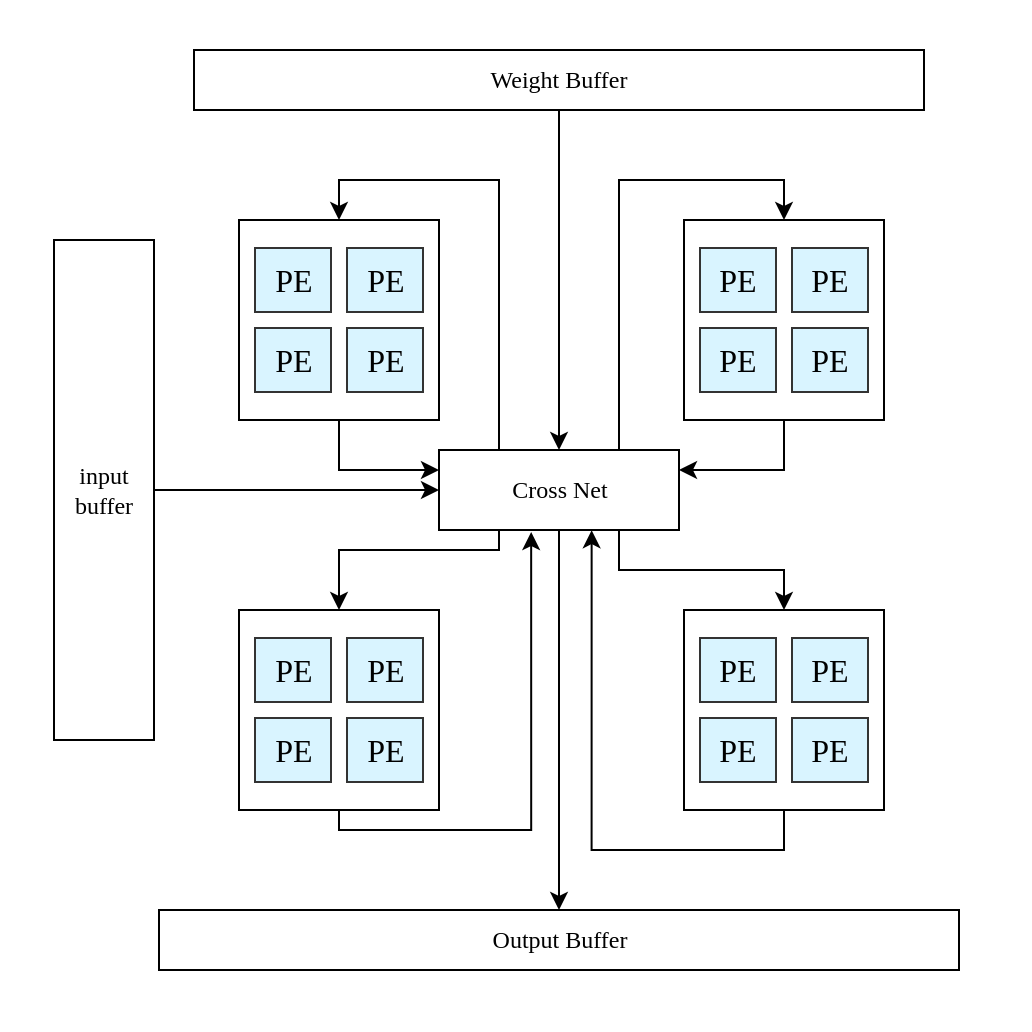
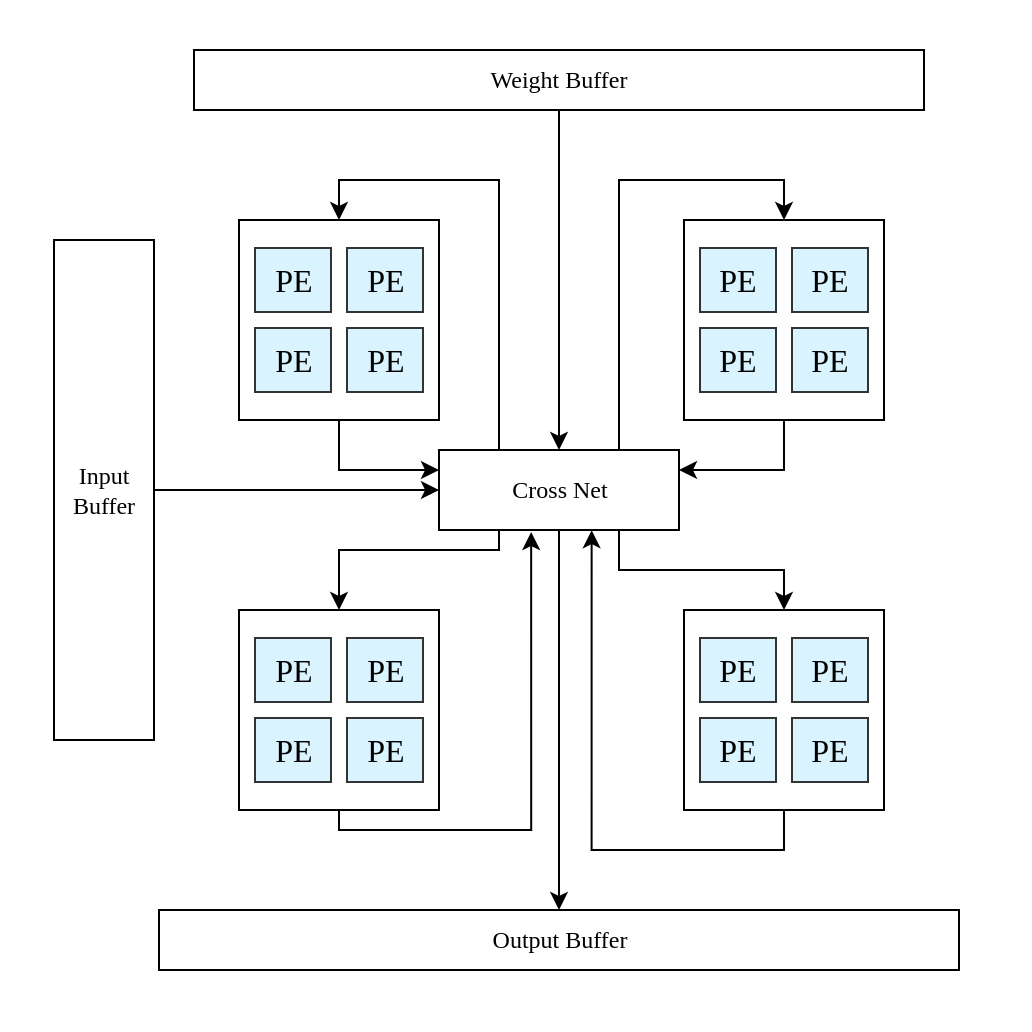
<mxfile host="app.diagrams.net">
  <diagram name="第 1 页" id="_HFZSgSbPxxRi5PtDGJk">
    <mxGraphModel dx="1407" dy="757" grid="1" gridSize="10" guides="1" tooltips="1" connect="1" arrows="1" fold="1" page="1" pageScale="1" pageWidth="827" pageHeight="1169" math="0" shadow="0">
      <root>
        <mxCell id="0" />
        <mxCell id="1" parent="0" />
        <mxCell id="C5uv6ifoiG0SLIn9MVDx-45" parent="1" style="whiteSpace=wrap;html=1;aspect=fixed;strokeColor=none;fontFamily=Times New Roman;" value="" vertex="1">
          <mxGeometry height="515" width="515" x="273" y="165" as="geometry" />
        </mxCell>
        <mxCell id="C5uv6ifoiG0SLIn9MVDx-1" connectable="0" parent="1" style="group;fontFamily=Times New Roman;" value="" vertex="1">
          <mxGeometry height="100" width="100" x="615" y="275" as="geometry" />
        </mxCell>
        <mxCell id="C5uv6ifoiG0SLIn9MVDx-2" parent="C5uv6ifoiG0SLIn9MVDx-1" style="whiteSpace=wrap;html=1;aspect=fixed;fontFamily=Times New Roman;" value="" vertex="1">
          <mxGeometry height="100" width="100" as="geometry" />
        </mxCell>
        <mxCell id="C5uv6ifoiG0SLIn9MVDx-3" connectable="0" parent="C5uv6ifoiG0SLIn9MVDx-1" style="group;fontFamily=Times New Roman;" value="" vertex="1">
          <mxGeometry height="72" width="84" x="8" y="14" as="geometry" />
        </mxCell>
        <mxCell id="C5uv6ifoiG0SLIn9MVDx-4" parent="C5uv6ifoiG0SLIn9MVDx-3" style="whiteSpace=wrap;html=1;fillColor=#D9F4FF;strokeColor=#333333;strokeWidth=1;fontSize=8;fontStyle=0;rounded=0;fontFamily=Times New Roman;" value="&lt;span style=&quot;font-size: 16px;&quot;&gt;PE&lt;/span&gt;" vertex="1">
          <mxGeometry height="32" width="38" as="geometry" />
        </mxCell>
        <mxCell id="C5uv6ifoiG0SLIn9MVDx-5" parent="C5uv6ifoiG0SLIn9MVDx-3" style="whiteSpace=wrap;html=1;fillColor=#D9F4FF;strokeColor=#333333;strokeWidth=1;fontSize=8;fontStyle=0;rounded=0;fontFamily=Times New Roman;" value="&lt;span style=&quot;font-size: 16px;&quot;&gt;PE&lt;/span&gt;" vertex="1">
          <mxGeometry height="32" width="38" x="46" as="geometry" />
        </mxCell>
        <mxCell id="C5uv6ifoiG0SLIn9MVDx-6" parent="C5uv6ifoiG0SLIn9MVDx-3" style="whiteSpace=wrap;html=1;fillColor=#D9F4FF;strokeColor=#333333;strokeWidth=1;fontSize=8;fontStyle=0;rounded=0;fontFamily=Times New Roman;" value="&lt;span style=&quot;font-size: 16px;&quot;&gt;PE&lt;/span&gt;" vertex="1">
          <mxGeometry height="32" width="38" y="40" as="geometry" />
        </mxCell>
        <mxCell id="C5uv6ifoiG0SLIn9MVDx-7" parent="C5uv6ifoiG0SLIn9MVDx-3" style="whiteSpace=wrap;html=1;fillColor=#D9F4FF;strokeColor=#333333;strokeWidth=1;fontSize=8;fontStyle=0;rounded=0;fontFamily=Times New Roman;" value="&lt;span style=&quot;font-size: 16px;&quot;&gt;PE&lt;/span&gt;" vertex="1">
          <mxGeometry height="32" width="38" x="46" y="40" as="geometry" />
        </mxCell>
        <mxCell id="C5uv6ifoiG0SLIn9MVDx-8" connectable="0" parent="1" style="group;fontFamily=Times New Roman;" value="" vertex="1">
          <mxGeometry height="100" width="100" x="392.5" y="275" as="geometry" />
        </mxCell>
        <mxCell id="C5uv6ifoiG0SLIn9MVDx-9" parent="C5uv6ifoiG0SLIn9MVDx-8" style="whiteSpace=wrap;html=1;aspect=fixed;fontFamily=Times New Roman;" value="" vertex="1">
          <mxGeometry height="100" width="100" as="geometry" />
        </mxCell>
        <mxCell id="C5uv6ifoiG0SLIn9MVDx-10" connectable="0" parent="C5uv6ifoiG0SLIn9MVDx-8" style="group;fontFamily=Times New Roman;" value="" vertex="1">
          <mxGeometry height="72" width="84" x="8" y="14" as="geometry" />
        </mxCell>
        <mxCell id="C5uv6ifoiG0SLIn9MVDx-11" parent="C5uv6ifoiG0SLIn9MVDx-10" style="whiteSpace=wrap;html=1;fillColor=#D9F4FF;strokeColor=#333333;strokeWidth=1;fontSize=8;fontStyle=0;rounded=0;fontFamily=Times New Roman;" value="&lt;span style=&quot;font-size: 16px;&quot;&gt;PE&lt;/span&gt;" vertex="1">
          <mxGeometry height="32" width="38" as="geometry" />
        </mxCell>
        <mxCell id="C5uv6ifoiG0SLIn9MVDx-12" parent="C5uv6ifoiG0SLIn9MVDx-10" style="whiteSpace=wrap;html=1;fillColor=#D9F4FF;strokeColor=#333333;strokeWidth=1;fontSize=8;fontStyle=0;rounded=0;fontFamily=Times New Roman;" value="&lt;span style=&quot;font-size: 16px;&quot;&gt;PE&lt;/span&gt;" vertex="1">
          <mxGeometry height="32" width="38" x="46" as="geometry" />
        </mxCell>
        <mxCell id="C5uv6ifoiG0SLIn9MVDx-13" parent="C5uv6ifoiG0SLIn9MVDx-10" style="whiteSpace=wrap;html=1;fillColor=#D9F4FF;strokeColor=#333333;strokeWidth=1;fontSize=8;fontStyle=0;rounded=0;fontFamily=Times New Roman;" value="&lt;span style=&quot;font-size: 16px;&quot;&gt;PE&lt;/span&gt;" vertex="1">
          <mxGeometry height="32" width="38" y="40" as="geometry" />
        </mxCell>
        <mxCell id="C5uv6ifoiG0SLIn9MVDx-14" parent="C5uv6ifoiG0SLIn9MVDx-10" style="whiteSpace=wrap;html=1;fillColor=#D9F4FF;strokeColor=#333333;strokeWidth=1;fontSize=8;fontStyle=0;rounded=0;fontFamily=Times New Roman;" value="&lt;span style=&quot;font-size: 16px;&quot;&gt;PE&lt;/span&gt;" vertex="1">
          <mxGeometry height="32" width="38" x="46" y="40" as="geometry" />
        </mxCell>
        <mxCell id="C5uv6ifoiG0SLIn9MVDx-29" edge="1" parent="1" source="C5uv6ifoiG0SLIn9MVDx-30" style="edgeStyle=orthogonalEdgeStyle;rounded=0;orthogonalLoop=1;jettySize=auto;html=1;entryX=0;entryY=0.5;entryDx=0;entryDy=0;strokeColor=#000000;fontFamily=Times New Roman;" target="C5uv6ifoiG0SLIn9MVDx-38">
          <mxGeometry relative="1" as="geometry" />
        </mxCell>
-         <mxCell id="C5uv6ifoiG0SLIn9MVDx-30" parent="1" style="rounded=0;whiteSpace=wrap;html=1;fontFamily=Times New Roman;" value="input buffer" vertex="1">
+         <mxCell id="C5uv6ifoiG0SLIn9MVDx-30" parent="1" style="rounded=0;whiteSpace=wrap;html=1;fontFamily=Times New Roman;" value="Input Buffer" vertex="1">
          <mxGeometry height="250" width="50" x="300" y="285" as="geometry" />
        </mxCell>
        <mxCell id="C5uv6ifoiG0SLIn9MVDx-31" edge="1" parent="1" source="C5uv6ifoiG0SLIn9MVDx-32" style="edgeStyle=orthogonalEdgeStyle;rounded=0;orthogonalLoop=1;jettySize=auto;html=1;entryX=0.5;entryY=0;entryDx=0;entryDy=0;fontFamily=Times New Roman;" target="C5uv6ifoiG0SLIn9MVDx-38">
          <mxGeometry relative="1" as="geometry" />
        </mxCell>
        <mxCell id="C5uv6ifoiG0SLIn9MVDx-32" parent="1" style="rounded=0;whiteSpace=wrap;html=1;fontFamily=Times New Roman;" value="Weight Buffer" vertex="1">
          <mxGeometry height="30" width="365" x="370" y="190" as="geometry" />
        </mxCell>
        <mxCell id="C5uv6ifoiG0SLIn9MVDx-33" edge="1" parent="1" source="C5uv6ifoiG0SLIn9MVDx-38" style="edgeStyle=orthogonalEdgeStyle;rounded=0;orthogonalLoop=1;jettySize=auto;html=1;exitX=0.25;exitY=1;exitDx=0;exitDy=0;entryX=0.5;entryY=0;entryDx=0;entryDy=0;strokeColor=#000000;fontFamily=Times New Roman;" target="C5uv6ifoiG0SLIn9MVDx-16">
          <mxGeometry relative="1" as="geometry">
            <Array as="points">
              <mxPoint x="518" y="440" />
              <mxPoint x="445" y="440" />
            </Array>
          </mxGeometry>
        </mxCell>
        <mxCell id="C5uv6ifoiG0SLIn9MVDx-34" edge="1" parent="1" source="C5uv6ifoiG0SLIn9MVDx-38" style="edgeStyle=orthogonalEdgeStyle;rounded=0;orthogonalLoop=1;jettySize=auto;html=1;entryX=0.5;entryY=0;entryDx=0;entryDy=0;fontFamily=Times New Roman;" target="C5uv6ifoiG0SLIn9MVDx-39">
          <mxGeometry relative="1" as="geometry" />
        </mxCell>
        <mxCell id="C5uv6ifoiG0SLIn9MVDx-35" edge="1" parent="1" source="C5uv6ifoiG0SLIn9MVDx-38" style="edgeStyle=orthogonalEdgeStyle;rounded=0;orthogonalLoop=1;jettySize=auto;html=1;exitX=0.25;exitY=0;exitDx=0;exitDy=0;entryX=0.5;entryY=0;entryDx=0;entryDy=0;strokeColor=#000000;fontFamily=Times New Roman;" target="C5uv6ifoiG0SLIn9MVDx-9">
          <mxGeometry relative="1" as="geometry" />
        </mxCell>
        <mxCell id="C5uv6ifoiG0SLIn9MVDx-36" edge="1" parent="1" source="C5uv6ifoiG0SLIn9MVDx-38" style="edgeStyle=orthogonalEdgeStyle;rounded=0;orthogonalLoop=1;jettySize=auto;html=1;exitX=0.75;exitY=0;exitDx=0;exitDy=0;entryX=0.5;entryY=0;entryDx=0;entryDy=0;fontFamily=Times New Roman;" target="C5uv6ifoiG0SLIn9MVDx-2">
          <mxGeometry relative="1" as="geometry" />
        </mxCell>
        <mxCell id="C5uv6ifoiG0SLIn9MVDx-37" edge="1" parent="1" source="C5uv6ifoiG0SLIn9MVDx-38" style="edgeStyle=orthogonalEdgeStyle;rounded=0;orthogonalLoop=1;jettySize=auto;html=1;exitX=0.75;exitY=1;exitDx=0;exitDy=0;entryX=0.5;entryY=0;entryDx=0;entryDy=0;fontFamily=Times New Roman;" target="C5uv6ifoiG0SLIn9MVDx-23">
          <mxGeometry relative="1" as="geometry" />
        </mxCell>
        <mxCell id="C5uv6ifoiG0SLIn9MVDx-38" parent="1" style="rounded=0;whiteSpace=wrap;html=1;movable=1;resizable=1;rotatable=1;deletable=1;editable=1;locked=0;connectable=1;fontFamily=Times New Roman;" value="Cross Net" vertex="1">
          <mxGeometry height="40" width="120" x="492.5" y="390" as="geometry" />
        </mxCell>
        <mxCell id="C5uv6ifoiG0SLIn9MVDx-39" parent="1" style="rounded=0;whiteSpace=wrap;html=1;fontFamily=Times New Roman;" value="Output Buffer" vertex="1">
          <mxGeometry height="30" width="400" x="352.5" y="620" as="geometry" />
        </mxCell>
        <mxCell id="C5uv6ifoiG0SLIn9MVDx-40" edge="1" parent="1" source="C5uv6ifoiG0SLIn9MVDx-9" style="edgeStyle=orthogonalEdgeStyle;rounded=0;orthogonalLoop=1;jettySize=auto;html=1;exitX=0.5;exitY=1;exitDx=0;exitDy=0;entryX=0;entryY=0.25;entryDx=0;entryDy=0;fontFamily=Times New Roman;" target="C5uv6ifoiG0SLIn9MVDx-38">
          <mxGeometry relative="1" as="geometry" />
        </mxCell>
        <mxCell id="C5uv6ifoiG0SLIn9MVDx-41" edge="1" parent="1" source="C5uv6ifoiG0SLIn9MVDx-2" style="edgeStyle=orthogonalEdgeStyle;rounded=0;orthogonalLoop=1;jettySize=auto;html=1;exitX=0.5;exitY=1;exitDx=0;exitDy=0;entryX=1;entryY=0.25;entryDx=0;entryDy=0;fontFamily=Times New Roman;" target="C5uv6ifoiG0SLIn9MVDx-38">
          <mxGeometry relative="1" as="geometry" />
        </mxCell>
        <mxCell id="C5uv6ifoiG0SLIn9MVDx-42" edge="1" parent="1" source="C5uv6ifoiG0SLIn9MVDx-16" style="edgeStyle=orthogonalEdgeStyle;rounded=0;orthogonalLoop=1;jettySize=auto;html=1;exitX=0.5;exitY=1;exitDx=0;exitDy=0;entryX=0.384;entryY=1.025;entryDx=0;entryDy=0;entryPerimeter=0;fontFamily=Times New Roman;" target="C5uv6ifoiG0SLIn9MVDx-38">
          <mxGeometry relative="1" as="geometry">
            <Array as="points">
              <mxPoint x="443" y="580" />
              <mxPoint x="539" y="580" />
            </Array>
          </mxGeometry>
        </mxCell>
        <mxCell id="C5uv6ifoiG0SLIn9MVDx-43" edge="1" parent="1" source="C5uv6ifoiG0SLIn9MVDx-23" style="edgeStyle=orthogonalEdgeStyle;rounded=0;orthogonalLoop=1;jettySize=auto;html=1;exitX=0.5;exitY=1;exitDx=0;exitDy=0;entryX=0.636;entryY=1.003;entryDx=0;entryDy=0;entryPerimeter=0;fontFamily=Times New Roman;" target="C5uv6ifoiG0SLIn9MVDx-38">
          <mxGeometry relative="1" as="geometry" />
        </mxCell>
        <mxCell id="C5uv6ifoiG0SLIn9MVDx-23" parent="1" style="whiteSpace=wrap;html=1;aspect=fixed;fontFamily=Times New Roman;" value="" vertex="1">
          <mxGeometry height="100" width="100" x="615" y="470" as="geometry" />
        </mxCell>
        <mxCell id="C5uv6ifoiG0SLIn9MVDx-16" parent="1" style="whiteSpace=wrap;html=1;aspect=fixed;fontFamily=Times New Roman;" value="" vertex="1">
          <mxGeometry height="100" width="100" x="392.5" y="470" as="geometry" />
        </mxCell>
        <mxCell id="C5uv6ifoiG0SLIn9MVDx-25" parent="1" style="whiteSpace=wrap;html=1;fillColor=#D9F4FF;strokeColor=#333333;strokeWidth=1;fontSize=8;fontStyle=0;rounded=0;fontFamily=Times New Roman;" value="&lt;span style=&quot;font-size: 16px;&quot;&gt;PE&lt;/span&gt;" vertex="1">
          <mxGeometry height="32" width="38" x="623" y="484" as="geometry" />
        </mxCell>
        <mxCell id="C5uv6ifoiG0SLIn9MVDx-26" parent="1" style="whiteSpace=wrap;html=1;fillColor=light-dark(#d9f4ff, #191919);strokeColor=#333333;strokeWidth=1;fontSize=8;fontStyle=0;rounded=0;fontFamily=Times New Roman;" value="&lt;span style=&quot;font-size: 16px;&quot;&gt;PE&lt;/span&gt;" vertex="1">
          <mxGeometry height="32" width="38" x="669" y="484" as="geometry" />
        </mxCell>
        <mxCell id="C5uv6ifoiG0SLIn9MVDx-27" parent="1" style="whiteSpace=wrap;html=1;fillColor=#D9F4FF;strokeColor=#333333;strokeWidth=1;fontSize=8;fontStyle=0;rounded=0;fontFamily=Times New Roman;" value="&lt;span style=&quot;font-size: 16px;&quot;&gt;PE&lt;/span&gt;" vertex="1">
          <mxGeometry height="32" width="38" x="623" y="524" as="geometry" />
        </mxCell>
        <mxCell id="C5uv6ifoiG0SLIn9MVDx-28" parent="1" style="whiteSpace=wrap;html=1;fillColor=light-dark(#d9f4ff, #191919);strokeColor=#333333;strokeWidth=1;fontSize=8;fontStyle=0;rounded=0;fontFamily=Times New Roman;" value="&lt;span style=&quot;font-size: 16px;&quot;&gt;PE&lt;/span&gt;" vertex="1">
          <mxGeometry height="32" width="38" x="669" y="524" as="geometry" />
        </mxCell>
        <mxCell id="C5uv6ifoiG0SLIn9MVDx-18" parent="1" style="whiteSpace=wrap;html=1;fillColor=#D9F4FF;strokeColor=#333333;strokeWidth=1;fontSize=8;fontStyle=0;rounded=0;fontFamily=Times New Roman;" value="&lt;span style=&quot;font-size: 16px;&quot;&gt;PE&lt;/span&gt;" vertex="1">
          <mxGeometry height="32" width="38" x="400.5" y="484" as="geometry" />
        </mxCell>
        <mxCell id="C5uv6ifoiG0SLIn9MVDx-19" parent="1" style="whiteSpace=wrap;html=1;fillColor=#D9F4FF;strokeColor=#333333;strokeWidth=1;fontSize=8;fontStyle=0;rounded=0;fontFamily=Times New Roman;" value="&lt;span style=&quot;font-size: 16px;&quot;&gt;PE&lt;/span&gt;" vertex="1">
          <mxGeometry height="32" width="38" x="446.5" y="484" as="geometry" />
        </mxCell>
        <mxCell id="C5uv6ifoiG0SLIn9MVDx-20" parent="1" style="whiteSpace=wrap;html=1;fillColor=#D9F4FF;strokeColor=#333333;strokeWidth=1;fontSize=8;fontStyle=0;rounded=0;fontFamily=Times New Roman;" value="&lt;span style=&quot;font-size: 16px;&quot;&gt;PE&lt;/span&gt;" vertex="1">
          <mxGeometry height="32" width="38" x="400.5" y="524" as="geometry" />
        </mxCell>
        <mxCell id="C5uv6ifoiG0SLIn9MVDx-21" parent="1" style="whiteSpace=wrap;html=1;fillColor=#D9F4FF;strokeColor=#333333;strokeWidth=1;fontSize=8;fontStyle=0;rounded=0;fontFamily=Times New Roman;" value="&lt;span style=&quot;font-size: 16px;&quot;&gt;PE&lt;/span&gt;" vertex="1">
          <mxGeometry height="32" width="38" x="446.5" y="524" as="geometry" />
        </mxCell>
      </root>
    </mxGraphModel>
  </diagram>
</mxfile>
